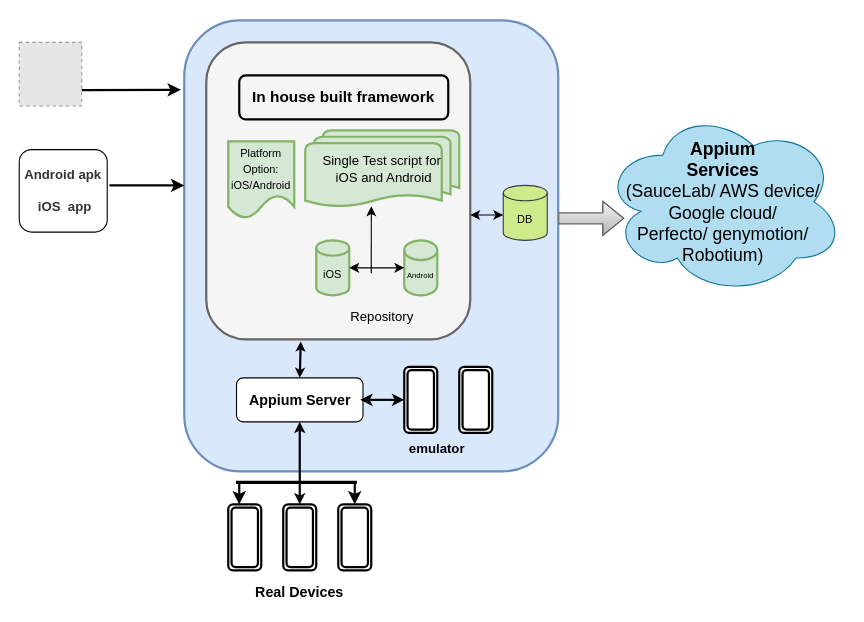
The draw.io diagram Untitled Diagram.drawio in Siddh010/FirstRepo, before the edit. Source tidied: cells renumbered, new cells numbered last; positions are measured from the earlier drawing's top-left corner, leaving out a move shared by most shapes. Both pictures are drawn from the tidied source at 110%, with x=0, y=0 at pixel (19, 20). Pictures stored in the file or linked from it are replaced by grey dashed boxes.
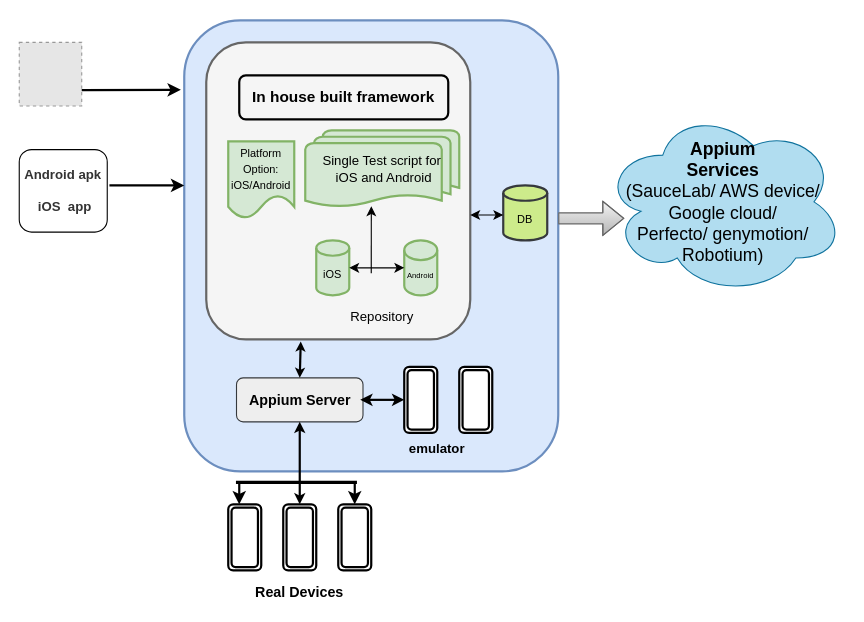
The same page after the edit.

The edit, as a diff of the source:
```diff
@@
-    <mxCell id="12" value="DB" style="shape=cylinder3;whiteSpace=wrap;html=1;boundedLbl=1;backgroundOutline=1;size=7;fontSize=10;fillColor=#cdeb8b;strokeColor=#36393d;" parent="1" vertex="1">
+    <mxCell id="12" value="DB" style="shape=cylinder3;whiteSpace=wrap;html=1;boundedLbl=1;backgroundOutline=1;size=7;fontSize=10;fillColor=#cdeb8b;strokeColor=#36393d;strokeWidth=2;" parent="1" vertex="1">
       <mxGeometry x="440" y="150" width="40" height="50" as="geometry" />
     </mxCell>
-    <mxCell id="13" value="&lt;b&gt;&lt;font style=&quot;font-size: 13px&quot;&gt;Appium Server&lt;/font&gt;&lt;/b&gt;" style="rounded=1;whiteSpace=wrap;html=1;fontSize=10;" parent="1" vertex="1">
+    <mxCell id="13" value="&lt;b&gt;&lt;font style=&quot;font-size: 13px&quot;&gt;Appium Server&lt;/font&gt;&lt;/b&gt;" style="rounded=1;whiteSpace=wrap;html=1;fontSize=10;fillColor=#eeeeee;strokeColor=#36393d;" parent="1" vertex="1">
       <mxGeometry x="197.5" y="325" width="115" height="40" as="geometry" />
     </mxCell>
```
